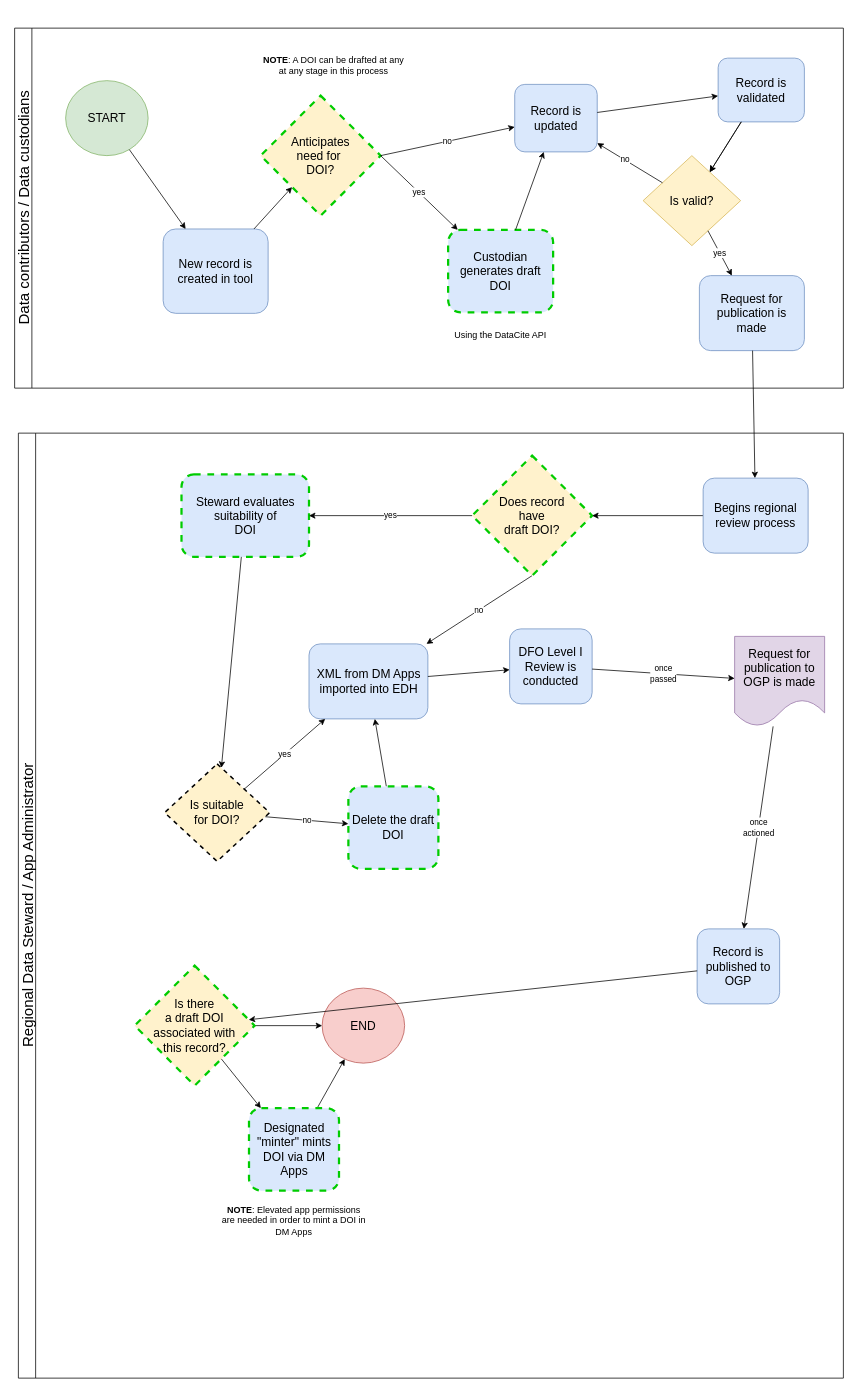
Above: page "Proposed" (3 of 3) of DOIs at DFO.drawio in davjfish/diagrams (draw.io), before the change. Source tidied: cells renumbered, new cells numbered last; positions are measured from the earlier drawing's top-left corner, leaving out a move shared by most shapes. Both pictures are drawn from the tidied source at 75%, with x=0, y=0 at pixel (14, 28).
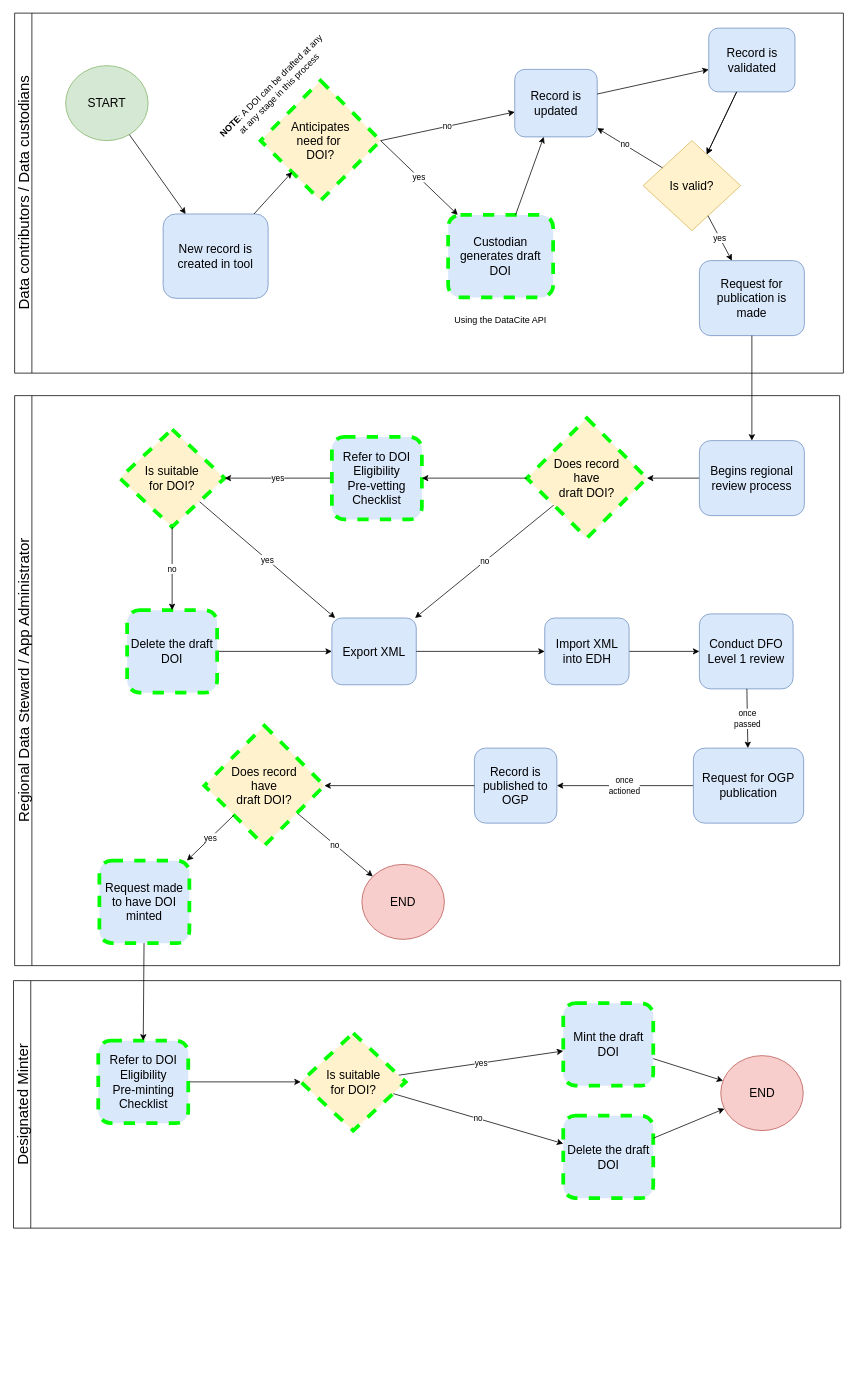
Above is the later version.

Change to the diagram source:
```diff
@@
     <mxCell id="2" value="&lt;font style=&quot;font-size: 20px;&quot;&gt;Data contributors / D&lt;span style=&quot;border-color: var(--border-color);&quot;&gt;ata custodians&lt;/span&gt;&lt;/font&gt;" style="swimlane;horizontal=0;whiteSpace=wrap;html=1;fontStyle=0;labelBackgroundColor=none;" parent="1" vertex="1">
-      <mxGeometry width="1105" height="480" as="geometry" />
+      <mxGeometry y="-20" width="1105" height="480" as="geometry" />
     </mxCell>
@@
-    <mxCell id="6" value="Anticipates&lt;br&gt;need for&amp;nbsp;&lt;br&gt;DOI?" style="rhombus;whiteSpace=wrap;html=1;fontSize=16;fillColor=#fff2cc;strokeColor=#00CC00;strokeWidth=3;dashed=1;" parent="2" vertex="1">
+    <mxCell id="6" value="Anticipates&lt;br&gt;need for&amp;nbsp;&lt;br&gt;DOI?" style="rhombus;whiteSpace=wrap;html=1;fontSize=16;fillColor=#fff2cc;strokeColor=#00FF00;strokeWidth=5;dashed=1;" parent="2" vertex="1">
       <mxGeometry x="328" y="90" width="160" height="160" as="geometry" />
     </mxCell>
@@
-    <mxCell id="8" value="Custodian generates draft DOI" style="whiteSpace=wrap;html=1;rounded=1;fontSize=16;fillColor=#dae8fc;strokeColor=#00CC00;dashed=1;strokeWidth=3;" parent="2" vertex="1">
+    <mxCell id="8" value="Custodian generates draft DOI" style="whiteSpace=wrap;html=1;rounded=1;fontSize=16;fillColor=#dae8fc;strokeColor=#00FF00;dashed=1;strokeWidth=5;" parent="2" vertex="1">
       <mxGeometry x="578" y="269" width="140" height="110" as="geometry" />
     </mxCell>
@@
-    <mxCell id="16" value="&lt;b&gt;NOTE&lt;/b&gt;: A DOI can be drafted at any at any stage in this process" style="text;html=1;align=center;verticalAlign=middle;whiteSpace=wrap;rounded=0;" parent="2" vertex="1">
-      <mxGeometry x="328" y="30" width="195" height="40" as="geometry" />
+    <mxCell id="16" value="&lt;b&gt;NOTE&lt;/b&gt;: A DOI can be drafted at any at any stage in this process" style="text;html=1;align=center;verticalAlign=middle;whiteSpace=wrap;rounded=0;rotation=-45;" parent="2" vertex="1">
+      <mxGeometry x="250" y="82" width="195" height="40" as="geometry" />
     </mxCell>
     <mxCell id="17" value="Record is&lt;br style=&quot;border-color: var(--border-color);&quot;&gt;validated" style="rounded=1;whiteSpace=wrap;html=1;fontSize=16;fillColor=#dae8fc;strokeColor=#6c8ebf;" parent="2" vertex="1">
-      <mxGeometry x="938" y="40" width="115" height="85" as="geometry" />
+      <mxGeometry x="925.5" y="20" width="115" height="85" as="geometry" />
     </mxCell>
@@
     <mxCell id="23" value="&lt;font style=&quot;font-weight: normal; font-size: 20px;&quot;&gt;Regional Data Steward / App Administrator&lt;/font&gt;" style="swimlane;horizontal=0;whiteSpace=wrap;html=1;" parent="1" vertex="1">
-      <mxGeometry x="5" y="540" width="1100" height="1260" as="geometry" />
+      <mxGeometry y="490" width="1100" height="760" as="geometry" />
     </mxCell>
-    <mxCell id="24" value="XML from DM Apps imported into EDH" style="whiteSpace=wrap;html=1;rounded=1;fontSize=16;fillColor=#dae8fc;strokeColor=#6c8ebf;" parent="23" vertex="1">
-      <mxGeometry x="387.5" y="281" width="158.5" height="100" as="geometry" />
+    <mxCell id="24" value="Export XML" style="whiteSpace=wrap;html=1;rounded=1;fontSize=16;fillColor=#dae8fc;strokeColor=#6c8ebf;" parent="23" vertex="1">
+      <mxGeometry x="423" y="296.5" width="112.5" height="89" as="geometry" />
     </mxCell>
-    <mxCell id="25" value="DFO Level I Review is conducted" style="whiteSpace=wrap;html=1;rounded=1;fontSize=16;fillColor=#dae8fc;strokeColor=#6c8ebf;" parent="23" vertex="1">
-      <mxGeometry x="655" y="261" width="110" height="100" as="geometry" />
+    <mxCell id="25" value="Conduct DFO Level 1 review" style="whiteSpace=wrap;html=1;rounded=1;fontSize=16;fillColor=#dae8fc;strokeColor=#6c8ebf;" parent="23" vertex="1">
+      <mxGeometry x="913" y="291" width="125" height="100" as="geometry" />
     </mxCell>
-    <mxCell id="26" style="rounded=0;jettySize=auto;html=1;" parent="23" edge="1" source="24" target="25">
+    <mxCell id="26" style="rounded=0;jettySize=auto;html=1;" parent="23" edge="1" source="54" target="25">
       <mxGeometry relative="1" as="geometry" />
     </mxCell>
     <mxCell id="27" value="Record is published to OGP" style="whiteSpace=wrap;html=1;rounded=1;fontSize=16;fillColor=#dae8fc;strokeColor=#6c8ebf;" parent="23" vertex="1">
-      <mxGeometry x="905" y="661" width="110" height="100" as="geometry" />
+      <mxGeometry x="613" y="470" width="110" height="100" as="geometry" />
     </mxCell>
     <mxCell id="28" value="END" style="ellipse;whiteSpace=wrap;html=1;fontSize=16;fillColor=#f8cecc;strokeColor=#b85450;" parent="23" vertex="1">
-      <mxGeometry x="405" y="740" width="110" height="100" as="geometry" />
+      <mxGeometry x="463" y="625" width="110" height="100" as="geometry" />
     </mxCell>
-    <mxCell id="29" value="Request for publication to OGP is made" style="shape=document;whiteSpace=wrap;html=1;boundedLbl=1;fontSize=16;fillColor=#e1d5e7;strokeColor=#9673a6;" parent="23" vertex="1">
-      <mxGeometry x="955" y="271" width="120" height="120" as="geometry" />
-    </mxCell>
-    <mxCell id="30" value="once &lt;br&gt;passed" style="rounded=0;jettySize=auto;html=1;" parent="23" edge="1" source="25" target="29">
+    <mxCell id="30" value="once &lt;br&gt;passed" style="rounded=0;jettySize=auto;html=1;" parent="23" edge="1" source="25" target="56">
       <mxGeometry relative="1" as="geometry" />
     </mxCell>
-    <mxCell id="31" value="once &lt;br&gt;actioned" style="rounded=0;jettySize=auto;html=1;" parent="23" edge="1" source="29" target="27">
-      <mxGeometry relative="1" as="geometry" />
+    <mxCell id="31" value="once &lt;br&gt;actioned" style="rounded=0;jettySize=auto;html=1;" parent="23" edge="1" source="56" target="27">
+      <mxGeometry x="0.01" relative="1" as="geometry" />
     </mxCell>
-    <mxCell id="32" value="Steward evaluates suitability of &lt;br&gt;DOI" style="whiteSpace=wrap;html=1;rounded=1;fontSize=16;fillColor=#dae8fc;strokeColor=#00CC00;dashed=1;strokeWidth=3;" parent="23" vertex="1">
-      <mxGeometry x="217.5" y="55" width="170" height="110" as="geometry" />
-    </mxCell>
@@
-    <mxCell id="34" value="Is suitable &lt;br&gt;for DOI?" style="rhombus;whiteSpace=wrap;html=1;fontSize=16;fillColor=#fff2cc;strokeColor=#000000;strokeWidth=2;dashed=1;" parent="23" vertex="1">
-      <mxGeometry x="195" y="441" width="140" height="130" as="geometry" />
+    <mxCell id="34" value="Is suitable &lt;br&gt;for DOI?" style="rhombus;whiteSpace=wrap;html=1;fontSize=16;fillColor=#fff2cc;strokeColor=#00FF00;strokeWidth=5;dashed=1;" parent="23" vertex="1">
+      <mxGeometry x="140" y="45" width="140" height="130" as="geometry" />
     </mxCell>
-    <mxCell id="35" style="rounded=0;jettySize=auto;html=1;" parent="23" edge="1" source="32" target="34">
-      <mxGeometry relative="1" as="geometry" />
-    </mxCell>
@@
-    <mxCell id="37" value="Delete the draft DOI" style="whiteSpace=wrap;html=1;rounded=1;fontSize=16;fillColor=#dae8fc;strokeColor=#00CC00;dashed=1;strokeWidth=3;" parent="23" vertex="1">
-      <mxGeometry x="440" y="471" width="120" height="110" as="geometry" />
+    <mxCell id="37" value="Delete the draft DOI" style="whiteSpace=wrap;html=1;rounded=1;fontSize=16;fillColor=#dae8fc;strokeColor=#00FF00;dashed=1;strokeWidth=5;" parent="23" vertex="1">
+      <mxGeometry x="150" y="286" width="120" height="110" as="geometry" />
     </mxCell>
@@
-    <mxCell id="39" style="rounded=0;jettySize=auto;html=1;" parent="23" edge="1" source="41" target="28">
+    <mxCell id="39" value="no" style="rounded=0;jettySize=auto;html=1;" parent="23" edge="1" source="41" target="28">
       <mxGeometry relative="1" as="geometry" />
     </mxCell>
@@
-    <mxCell id="41" value="Is there &lt;br&gt;a draft DOI associated with &lt;br&gt;this record?" style="rhombus;whiteSpace=wrap;html=1;fontSize=16;fillColor=#fff2cc;strokeColor=#00CC00;strokeWidth=3;dashed=1;" parent="23" vertex="1">
-      <mxGeometry x="155" y="710" width="160" height="160" as="geometry" />
+    <mxCell id="41" value="Does record&lt;br style=&quot;border-color: var(--border-color);&quot;&gt;have&lt;br style=&quot;border-color: var(--border-color);&quot;&gt;draft DOI?" style="rhombus;whiteSpace=wrap;html=1;fontSize=16;fillColor=#fff2cc;strokeColor=#00FF00;strokeWidth=5;dashed=1;" parent="23" vertex="1">
+      <mxGeometry x="253" y="440" width="160" height="160" as="geometry" />
     </mxCell>
-    <mxCell id="42" style="rounded=0;jettySize=auto;html=1;" parent="23" edge="1" source="43" target="28">
-      <mxGeometry relative="1" as="geometry" />
-    </mxCell>
-    <mxCell id="43" value="Designated &quot;minter&quot; mints DOI via DM Apps" style="whiteSpace=wrap;html=1;rounded=1;fontSize=16;fillColor=#dae8fc;strokeColor=#00CC00;dashed=1;strokeWidth=3;" parent="23" vertex="1">
-      <mxGeometry x="307.5" y="900" width="120" height="110" as="geometry" />
+    <mxCell id="43" value="Request made to have DOI minted" style="whiteSpace=wrap;html=1;rounded=1;fontSize=16;fillColor=#dae8fc;strokeColor=#00FF00;dashed=1;strokeWidth=5;" parent="23" vertex="1">
+      <mxGeometry x="113" y="620" width="120" height="110" as="geometry" />
     </mxCell>
-    <mxCell id="44" style="rounded=0;jettySize=auto;html=1;" parent="23" edge="1" source="41" target="43">
+    <mxCell id="44" value="yes" style="rounded=0;jettySize=auto;html=1;" parent="23" edge="1" source="41" target="43">
       <mxGeometry relative="1" as="geometry" />
     </mxCell>
-    <mxCell id="45" value="&lt;b&gt;NOTE&lt;/b&gt;: Elevated app permissions are needed in order to mint a DOI in DM Apps" style="text;html=1;align=center;verticalAlign=middle;whiteSpace=wrap;rounded=0;" parent="23" vertex="1">
-      <mxGeometry x="270" y="1030" width="195" height="40" as="geometry" />
-    </mxCell>
-    <mxCell id="46" value="no" style="rounded=0;jettySize=auto;html=1;exitX=0.5;exitY=1;exitDx=0;exitDy=0;" parent="23" edge="1" source="47" target="24">
+    <mxCell id="46" value="no" style="rounded=0;jettySize=auto;html=1;" parent="23" edge="1" source="47" target="24">
       <mxGeometry relative="1" as="geometry" />
     </mxCell>
-    <mxCell id="47" value="Does record &lt;br&gt;have&lt;br&gt;draft DOI?" style="rhombus;whiteSpace=wrap;html=1;fontSize=16;fillColor=#fff2cc;strokeColor=#00CC00;strokeWidth=3;dashed=1;" parent="23" vertex="1">
-      <mxGeometry x="605" y="30" width="160" height="160" as="geometry" />
+    <mxCell id="47" value="Does record &lt;br&gt;have&lt;br&gt;draft DOI?" style="rhombus;whiteSpace=wrap;html=1;fontSize=16;fillColor=#fff2cc;strokeColor=#00FF00;strokeWidth=5;dashed=1;" parent="23" vertex="1">
+      <mxGeometry x="683" y="30" width="160" height="160" as="geometry" />
     </mxCell>
-    <mxCell id="48" value="yes" style="rounded=0;jettySize=auto;html=1;" parent="23" edge="1" source="47" target="32">
+    <mxCell id="48" value="yes" style="rounded=0;jettySize=auto;html=1;" parent="23" edge="1" source="52" target="34">
       <mxGeometry relative="1" as="geometry" />
     </mxCell>
@@
+    <mxCell id="52" value="Refer to DOI Eligibility &lt;br&gt;Pre-vetting Checklist" style="whiteSpace=wrap;html=1;rounded=1;fontSize=16;fillColor=#dae8fc;strokeColor=#00FF00;dashed=1;strokeWidth=5;" parent="23" vertex="1">
+      <mxGeometry x="423" y="55" width="120" height="110" as="geometry" />
+    </mxCell>
+    <mxCell id="53" style="rounded=0;jettySize=auto;html=1;" parent="23" edge="1" source="47" target="52">
+      <mxGeometry relative="1" as="geometry" />
+    </mxCell>
+    <mxCell id="54" value="Import XML into EDH" style="whiteSpace=wrap;html=1;rounded=1;fontSize=16;fillColor=#dae8fc;strokeColor=#6c8ebf;" parent="23" vertex="1">
+      <mxGeometry x="706.8" y="296.5" width="112.5" height="89" as="geometry" />
+    </mxCell>
+    <mxCell id="55" style="rounded=0;jettySize=auto;html=1;" parent="23" edge="1" source="24" target="54">
+      <mxGeometry relative="1" as="geometry" />
+    </mxCell>
+    <mxCell id="56" value="Request for OGP publication" style="whiteSpace=wrap;html=1;rounded=1;fontSize=16;fillColor=#dae8fc;strokeColor=#6c8ebf;" parent="23" vertex="1">
+      <mxGeometry x="905" y="470" width="147" height="100" as="geometry" />
+    </mxCell>
@@
+    <mxCell id="57" value="&lt;font style=&quot;font-size: 20px; font-weight: normal;&quot;&gt;Designated Minter&lt;/font&gt;" style="swimlane;horizontal=0;whiteSpace=wrap;html=1;" parent="1" vertex="1">
+      <mxGeometry x="-1.5" y="1270" width="1103" height="330" as="geometry" />
+    </mxCell>
+    <mxCell id="58" value="yes" style="rounded=0;jettySize=auto;html=1;" parent="57" edge="1" source="60" target="64">
+      <mxGeometry relative="1" as="geometry" />
+    </mxCell>
+    <mxCell id="59" value="no" style="rounded=0;jettySize=auto;html=1;" parent="57" edge="1" source="60" target="63">
+      <mxGeometry relative="1" as="geometry" />
+    </mxCell>
+    <mxCell id="60" value="Is suitable &lt;br&gt;for DOI?" style="rhombus;whiteSpace=wrap;html=1;fontSize=16;fillColor=#fff2cc;strokeColor=#00FF00;strokeWidth=5;dashed=1;" parent="57" vertex="1">
+      <mxGeometry x="383" y="70" width="140" height="130" as="geometry" />
+    </mxCell>
+    <mxCell id="61" style="rounded=0;jettySize=auto;html=1;" parent="57" edge="1" source="62" target="60">
+      <mxGeometry relative="1" as="geometry" />
+    </mxCell>
+    <mxCell id="62" value="Refer to DOI Eligibility &lt;br&gt;Pre-minting&lt;br&gt;Checklist" style="whiteSpace=wrap;html=1;rounded=1;fontSize=16;fillColor=#dae8fc;strokeColor=#00FF00;dashed=1;strokeWidth=5;" parent="57" vertex="1">
+      <mxGeometry x="113" y="80" width="120" height="110" as="geometry" />
+    </mxCell>
+    <mxCell id="63" value="Delete the draft DOI" style="whiteSpace=wrap;html=1;rounded=1;fontSize=16;fillColor=#dae8fc;strokeColor=#00FF00;dashed=1;strokeWidth=5;" parent="57" vertex="1">
+      <mxGeometry x="733" y="180" width="120" height="110" as="geometry" />
+    </mxCell>
+    <mxCell id="64" value="Mint the draft DOI" style="whiteSpace=wrap;html=1;rounded=1;fontSize=16;fillColor=#dae8fc;strokeColor=#00FF00;dashed=1;strokeWidth=5;" parent="57" vertex="1">
+      <mxGeometry x="733" y="30" width="120" height="110" as="geometry" />
+    </mxCell>
+    <mxCell id="65" value="END" style="ellipse;whiteSpace=wrap;html=1;fontSize=16;fillColor=#f8cecc;strokeColor=#b85450;" parent="57" vertex="1">
+      <mxGeometry x="943" y="100" width="110" height="100" as="geometry" />
+    </mxCell>
+    <mxCell id="66" style="rounded=0;jettySize=auto;html=1;" parent="57" edge="1" source="64" target="65">
+      <mxGeometry relative="1" as="geometry" />
+    </mxCell>
+    <mxCell id="67" style="rounded=0;jettySize=auto;html=1;" parent="57" edge="1" source="63" target="65">
+      <mxGeometry relative="1" as="geometry" />
+    </mxCell>
+    <mxCell id="42" style="rounded=0;jettySize=auto;html=1;entryX=0.5;entryY=0;entryDx=0;entryDy=0;" parent="1" edge="1" source="43" target="62">
+      <mxGeometry relative="1" as="geometry" />
+    </mxCell>
```
